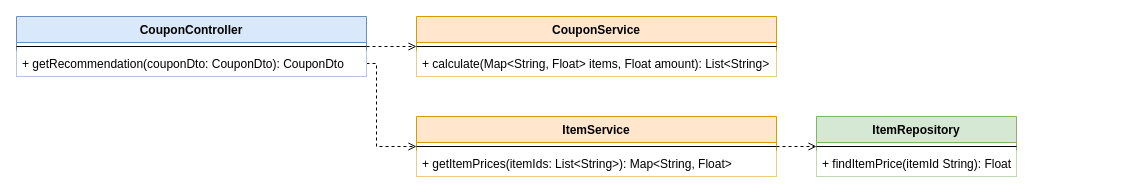
jcmc1998/coupon keeps this draw.io diagram as page "Clases" (2 of 2) of doc/diagrama-uml.drawio. Above is the earlier version. Source tidied: cells renumbered, new cells numbered last; positions are measured from the earlier drawing's top-left corner, leaving out a move shared by most shapes. Both pictures are drawn from the tidied source at 100%, with x=0, y=0 at pixel (16, 16).
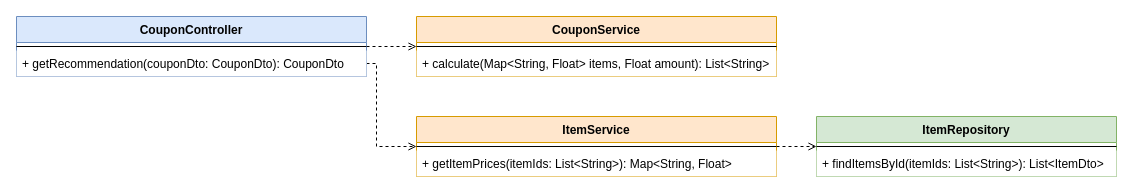
The same page after the edit.

The edit, as a diff of the source:
```diff
@@
 <mxGraphModel>
   <root>
     <mxCell id="0" />
     <mxCell id="1" parent="0" />
     <mxCell id="2" style="edgeStyle=orthogonalEdgeStyle;rounded=0;jettySize=auto;html=1;dashed=1;endArrow=open;endFill=0;" parent="1" edge="1" source="14" target="8">
       <mxGeometry relative="1" as="geometry" />
     </mxCell>
     <mxCell id="3" style="edgeStyle=orthogonalEdgeStyle;rounded=0;jettySize=auto;html=1;dashed=1;endArrow=open;endFill=0;" parent="1" edge="1" source="11" target="5">
       <mxGeometry relative="1" as="geometry" />
     </mxCell>
     <mxCell id="4" style="edgeStyle=orthogonalEdgeStyle;rounded=0;jettySize=auto;html=1;dashed=1;endArrow=open;endFill=0;exitX=1;exitY=0.5;exitDx=0;exitDy=0;entryX=0;entryY=0.5;entryDx=0;entryDy=0;" parent="1" edge="1" source="16" target="11">
       <mxGeometry relative="1" as="geometry">
         <Array as="points">
           <mxPoint x="360" y="47" />
           <mxPoint x="360" y="130" />
         </Array>
       </mxGeometry>
     </mxCell>
     <mxCell id="5" value="ItemRepository" style="swimlane;fontStyle=1;align=center;verticalAlign=top;horizontal=1;startSize=26;fillColor=#d5e8d4;strokeColor=#82b366;" parent="1" vertex="1">
-      <mxGeometry x="800" y="100" width="200" height="60" as="geometry" />
+      <mxGeometry x="800" y="100" width="300" height="60" as="geometry" />
     </mxCell>
     <mxCell id="6" style="line;strokeWidth=1;fillColor=#ffffff;align=left;verticalAlign=middle;spacingTop=-1;spacingLeft=3;spacingRight=3;labelPosition=right;" parent="5" vertex="1">
-      <mxGeometry y="26" width="200" height="8" as="geometry" />
+      <mxGeometry y="26" width="300" height="8" as="geometry" />
     </mxCell>
-    <mxCell id="7" value="+ findItemPrice(itemId String): Float" style="text;strokeColor=none;fillColor=#ffffff;align=left;verticalAlign=top;spacingLeft=4;spacingRight=4;overflow=hidden;" parent="5" vertex="1">
-      <mxGeometry y="34" width="200" height="26" as="geometry" />
+    <mxCell id="7" value="+ findItemsById(itemIds: List&lt;String&gt;): List&lt;ItemDto&gt;" style="text;strokeColor=none;fillColor=#ffffff;align=left;verticalAlign=top;spacingLeft=4;spacingRight=4;overflow=hidden;" parent="5" vertex="1">
+      <mxGeometry y="34" width="300" height="26" as="geometry" />
     </mxCell>
     <mxCell id="8" value="CouponService" style="swimlane;fontStyle=1;align=center;verticalAlign=top;horizontal=1;startSize=26;fillColor=#ffe6cc;strokeColor=#d79b00;" parent="1" vertex="1">
       <mxGeometry x="400" width="360" height="60" as="geometry" />
     </mxCell>
     <mxCell id="9" style="line;strokeWidth=1;fillColor=#ffffff;align=left;verticalAlign=middle;spacingTop=-1;spacingLeft=3;spacingRight=3;labelPosition=right;" parent="8" vertex="1">
       <mxGeometry y="26" width="360" height="8" as="geometry" />
     </mxCell>
     <mxCell id="10" value="+ calculate(Map&lt;String, Float&gt; items, Float amount): List&lt;String&gt;" style="text;strokeColor=none;fillColor=#ffffff;align=left;verticalAlign=top;spacingLeft=4;spacingRight=4;overflow=hidden;" parent="8" vertex="1">
       <mxGeometry y="34" width="360" height="26" as="geometry" />
     </mxCell>
     <mxCell id="11" value="ItemService" style="swimlane;fontStyle=1;align=center;verticalAlign=top;horizontal=1;startSize=26;fillColor=#ffe6cc;strokeColor=#d79b00;" parent="1" vertex="1">
       <mxGeometry x="400" y="100" width="360" height="60" as="geometry" />
     </mxCell>
     <mxCell id="12" style="line;strokeWidth=1;fillColor=#ffffff;align=left;verticalAlign=middle;spacingTop=-1;spacingLeft=3;spacingRight=3;labelPosition=right;" parent="11" vertex="1">
       <mxGeometry y="26" width="360" height="8" as="geometry" />
     </mxCell>
     <mxCell id="13" value="+ getItemPrices(itemIds: List&lt;String&gt;): Map&lt;String, Float&gt;" style="text;strokeColor=none;fillColor=#ffffff;align=left;verticalAlign=top;spacingLeft=4;spacingRight=4;overflow=hidden;" parent="11" vertex="1">
       <mxGeometry y="34" width="360" height="26" as="geometry" />
     </mxCell>
     <mxCell id="14" value="CouponController" style="swimlane;fontStyle=1;align=center;verticalAlign=top;horizontal=1;startSize=26;fillColor=#dae8fc;strokeColor=#6c8ebf;" parent="1" vertex="1">
       <mxGeometry width="350" height="60" as="geometry" />
     </mxCell>
     <mxCell id="15" style="line;strokeWidth=1;fillColor=#ffffff;align=left;verticalAlign=middle;spacingTop=-1;spacingLeft=3;spacingRight=3;labelPosition=right;" parent="14" vertex="1">
       <mxGeometry y="26" width="350" height="8" as="geometry" />
     </mxCell>
     <mxCell id="16" value="+ getRecommendation(couponDto: CouponDto): CouponDto" style="text;strokeColor=none;fillColor=#ffffff;align=left;verticalAlign=top;spacingLeft=4;spacingRight=4;overflow=hidden;points=[[0,0.5],[1,0.5]];portConstraint=eastwest;" parent="14" vertex="1">
       <mxGeometry y="34" width="350" height="26" as="geometry" />
     </mxCell>
   </root>
 </mxGraphModel>
```
